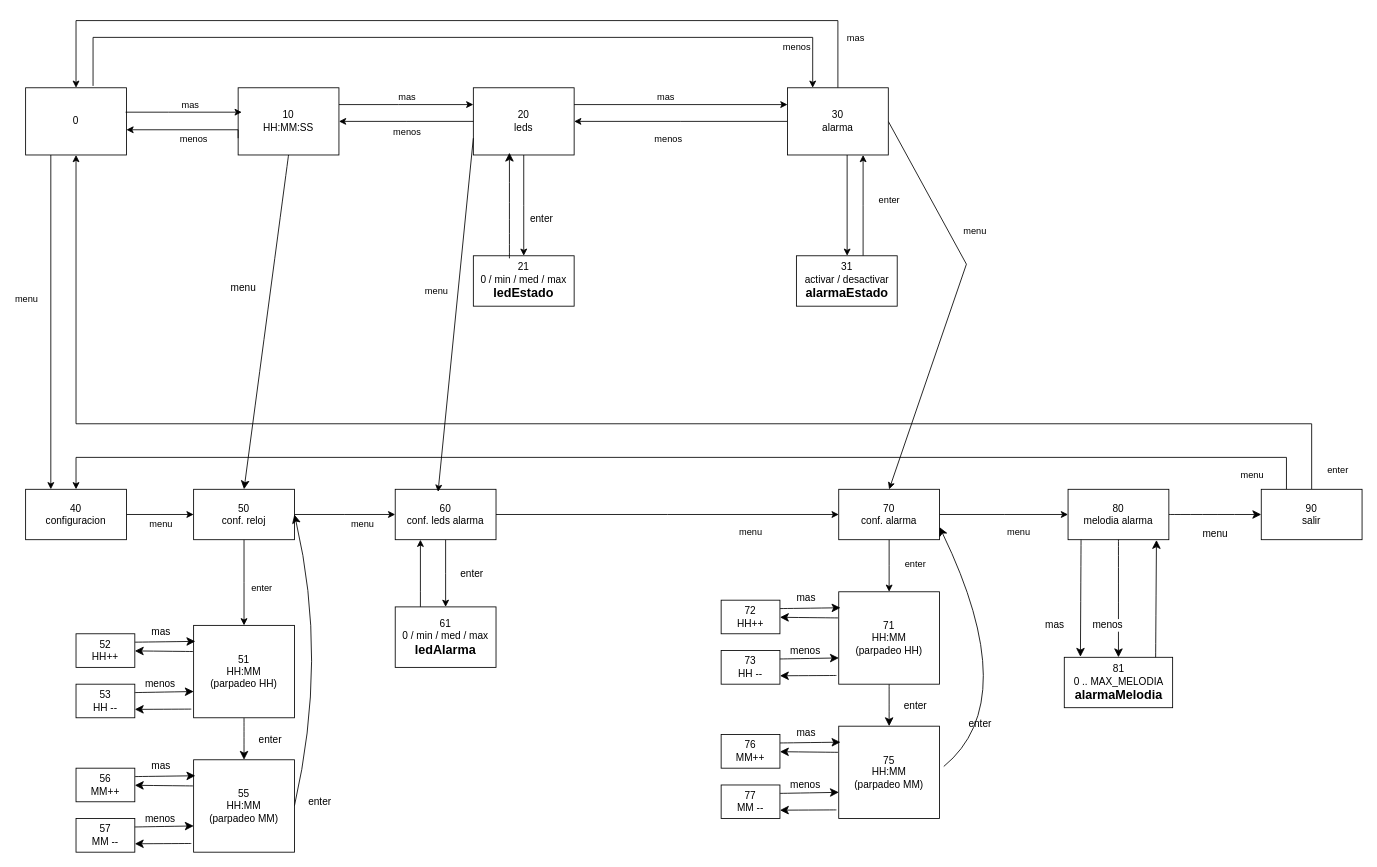
This is page "menu - maqEstados" (3 of 3) of despertadorSolar.drawio from jormiDev/despertadorSolar, a draw.io file, before an edit. Source tidied: cells renumbered, new cells numbered last; positions are measured from the earlier drawing's top-left corner, leaving out a move shared by most shapes. Both pictures are drawn from the tidied source at 84%, with x=0, y=0 at pixel (25, 20).
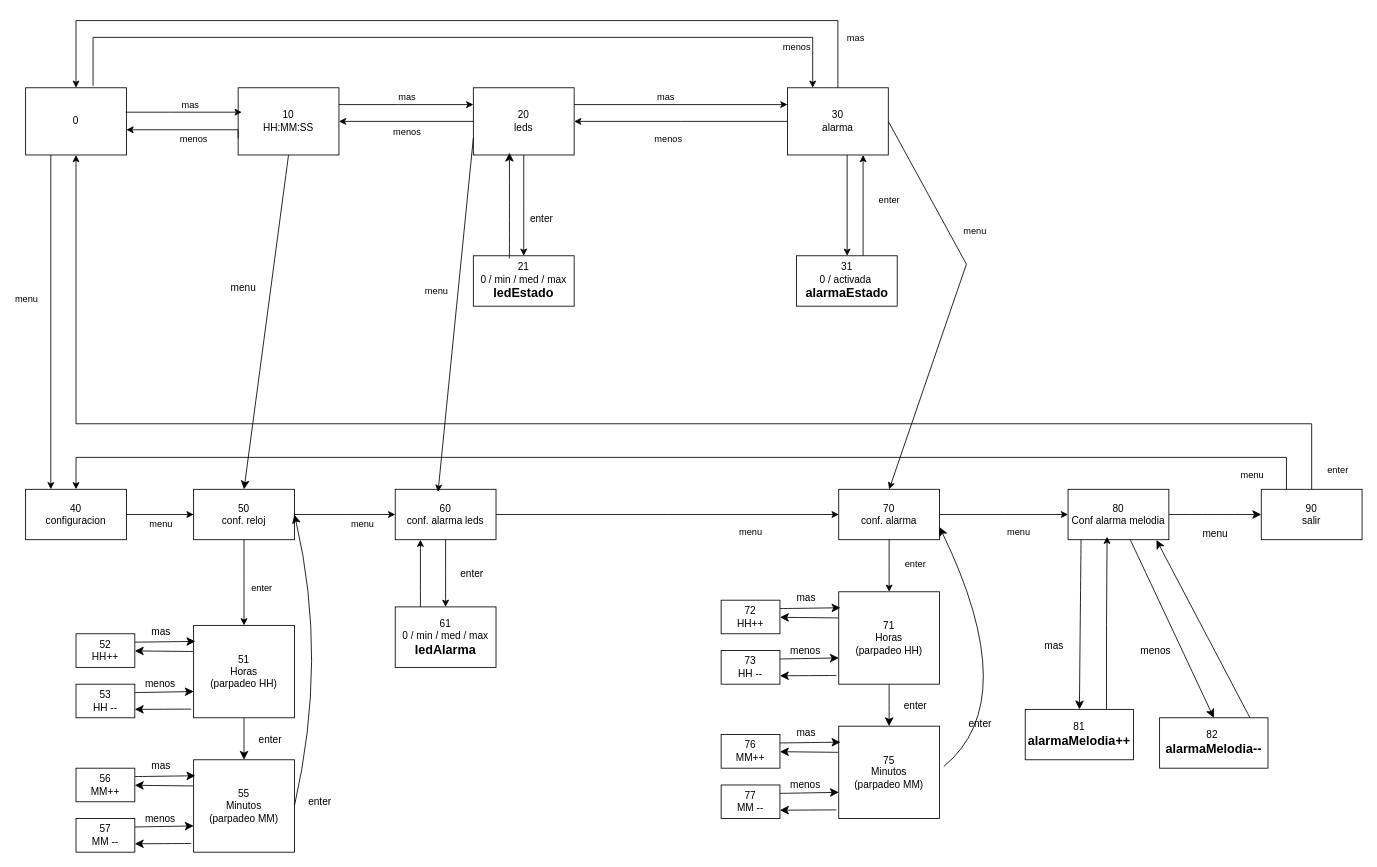
The same diagram, later.

Change to the diagram source:
```diff
@@
-    <mxCell id="45" value="60&lt;br&gt;&lt;div&gt;conf. leds alarma&lt;/div&gt;" style="rounded=0;whiteSpace=wrap;html=1;" parent="1" vertex="1">
+    <mxCell id="45" value="60&lt;br&gt;&lt;div&gt;conf. alarma leds&lt;/div&gt;" style="rounded=0;whiteSpace=wrap;html=1;" parent="1" vertex="1">
       <mxGeometry x="440" y="558" width="120" height="60" as="geometry" />
     </mxCell>
@@
-    <mxCell id="49" value="31&lt;div&gt;&lt;div&gt;activar / desactivar&lt;/div&gt;&lt;/div&gt;&lt;div&gt;&lt;b&gt;&lt;font style=&quot;font-size: 15px;&quot;&gt;alarmaEstado&lt;/font&gt;&lt;/b&gt;&lt;/div&gt;" style="rounded=0;whiteSpace=wrap;html=1;" parent="1" vertex="1">
+    <mxCell id="49" value="31&lt;div&gt;&lt;div&gt;0 /&amp;nbsp;&lt;span style=&quot;background-color: transparent; color: light-dark(rgb(0, 0, 0), rgb(255, 255, 255));&quot;&gt;activada&amp;nbsp;&lt;/span&gt;&lt;/div&gt;&lt;/div&gt;&lt;div&gt;&lt;b&gt;&lt;font style=&quot;font-size: 15px;&quot;&gt;alarmaEstado&lt;/font&gt;&lt;/b&gt;&lt;/div&gt;" style="rounded=0;whiteSpace=wrap;html=1;" parent="1" vertex="1">
       <mxGeometry x="917.6" y="280" width="120" height="60" as="geometry" />
     </mxCell>
@@
-    <mxCell id="66" value="&lt;div&gt;51&lt;/div&gt;HH:MM&lt;div&gt;(parpadeo HH)&lt;/div&gt;" style="whiteSpace=wrap;html=1;rounded=0;" parent="1" vertex="1">
+    <mxCell id="66" value="&lt;div&gt;51&lt;/div&gt;Horas&lt;div&gt;(parpadeo HH)&lt;/div&gt;" style="whiteSpace=wrap;html=1;rounded=0;" parent="1" vertex="1">
       <mxGeometry x="200" y="720" width="120" height="110" as="geometry" />
     </mxCell>
@@
-    <mxCell id="79" value="55&lt;div&gt;HH:MM&lt;div&gt;(parpadeo MM)&lt;/div&gt;&lt;/div&gt;" style="whiteSpace=wrap;html=1;rounded=0;" parent="1" vertex="1">
+    <mxCell id="79" value="55&lt;div&gt;Minutos&lt;div&gt;(parpadeo MM)&lt;/div&gt;&lt;/div&gt;" style="whiteSpace=wrap;html=1;rounded=0;" parent="1" vertex="1">
       <mxGeometry x="200" y="880" width="120" height="110" as="geometry" />
     </mxCell>
@@
-    <mxCell id="90" value="71&lt;div&gt;HH:MM&lt;div&gt;(parpadeo HH)&lt;/div&gt;&lt;/div&gt;" style="whiteSpace=wrap;html=1;rounded=0;" parent="1" vertex="1">
+    <mxCell id="90" value="71&lt;div&gt;&lt;div&gt;Horas&lt;/div&gt;&lt;div&gt;(parpadeo HH)&lt;/div&gt;&lt;/div&gt;" style="whiteSpace=wrap;html=1;rounded=0;" parent="1" vertex="1">
       <mxGeometry x="968" y="680" width="120" height="110" as="geometry" />
     </mxCell>
@@
-    <mxCell id="101" value="75&lt;div&gt;HH:MM&lt;div&gt;(parpadeo MM)&lt;/div&gt;&lt;/div&gt;" style="whiteSpace=wrap;html=1;rounded=0;" parent="1" vertex="1">
+    <mxCell id="101" value="75&lt;div&gt;Minutos&lt;div&gt;(parpadeo MM)&lt;/div&gt;&lt;/div&gt;" style="whiteSpace=wrap;html=1;rounded=0;" parent="1" vertex="1">
       <mxGeometry x="968" y="840" width="120" height="110" as="geometry" />
     </mxCell>
@@
-    <mxCell id="108" style="edgeStyle=none;curved=1;rounded=0;jettySize=auto;html=1;fontSize=12;startSize=8;endSize=8;exitX=0.129;exitY=0.977;exitDx=0;exitDy=0;exitPerimeter=0;entryX=0.149;entryY=-0.01;entryDx=0;entryDy=0;entryPerimeter=0;" parent="1" edge="1" source="110" target="112">
+    <mxCell id="108" style="edgeStyle=none;curved=1;rounded=0;jettySize=auto;html=1;fontSize=12;startSize=8;endSize=8;exitX=0.129;exitY=0.977;exitDx=0;exitDy=0;exitPerimeter=0;entryX=0.5;entryY=0;entryDx=0;entryDy=0;" parent="1" edge="1" source="110" target="116">
       <mxGeometry relative="1" as="geometry" />
     </mxCell>
@@
-    <mxCell id="110" value="80&lt;div&gt;melodia alarma&lt;/div&gt;" style="rounded=0;whiteSpace=wrap;html=1;" parent="1" vertex="1">
+    <mxCell id="110" value="80&lt;div&gt;Conf alarma melodia&lt;/div&gt;" style="rounded=0;whiteSpace=wrap;html=1;" parent="1" vertex="1">
       <mxGeometry x="1241" y="558" width="120" height="60" as="geometry" />
     </mxCell>
@@
-    <mxCell id="112" value="81&lt;div&gt;0 .. MAX_MELODIA&lt;/div&gt;&lt;div&gt;&lt;b&gt;&lt;font style=&quot;font-size: 15px;&quot;&gt;alarmaMelodia&lt;/font&gt;&lt;/b&gt;&lt;/div&gt;" style="whiteSpace=wrap;html=1;rounded=0;" parent="1" vertex="1">
-      <mxGeometry x="1236.5" y="758" width="129" height="60" as="geometry" />
+    <mxCell id="112" value="&lt;div&gt;82&amp;nbsp;&lt;/div&gt;&lt;div&gt;&lt;b style=&quot;background-color: transparent; color: light-dark(rgb(0, 0, 0), rgb(255, 255, 255));&quot;&gt;&lt;font style=&quot;font-size: 15px;&quot;&gt;alarmaMelodia--&lt;/font&gt;&lt;/b&gt;&lt;/div&gt;" style="whiteSpace=wrap;html=1;rounded=0;" parent="1" vertex="1">
+      <mxGeometry x="1350" y="830" width="129" height="60" as="geometry" />
     </mxCell>
@@
+    <mxCell id="116" value="81&lt;div&gt;&lt;b&gt;&lt;font style=&quot;font-size: 15px;&quot;&gt;alarmaMelodia++&lt;/font&gt;&lt;/b&gt;&lt;/div&gt;" style="whiteSpace=wrap;html=1;rounded=0;" parent="1" vertex="1">
+      <mxGeometry x="1190" y="820" width="129" height="60" as="geometry" />
+    </mxCell>
+    <mxCell id="117" style="edgeStyle=orthogonalEdgeStyle;rounded=0;jettySize=auto;html=1;exitX=0.75;exitY=0;exitDx=0;exitDy=0;entryX=0.387;entryY=0.94;entryDx=0;entryDy=0;entryPerimeter=0;" parent="1" edge="1" source="116" target="110">
+      <mxGeometry relative="1" as="geometry" />
+    </mxCell>
```
